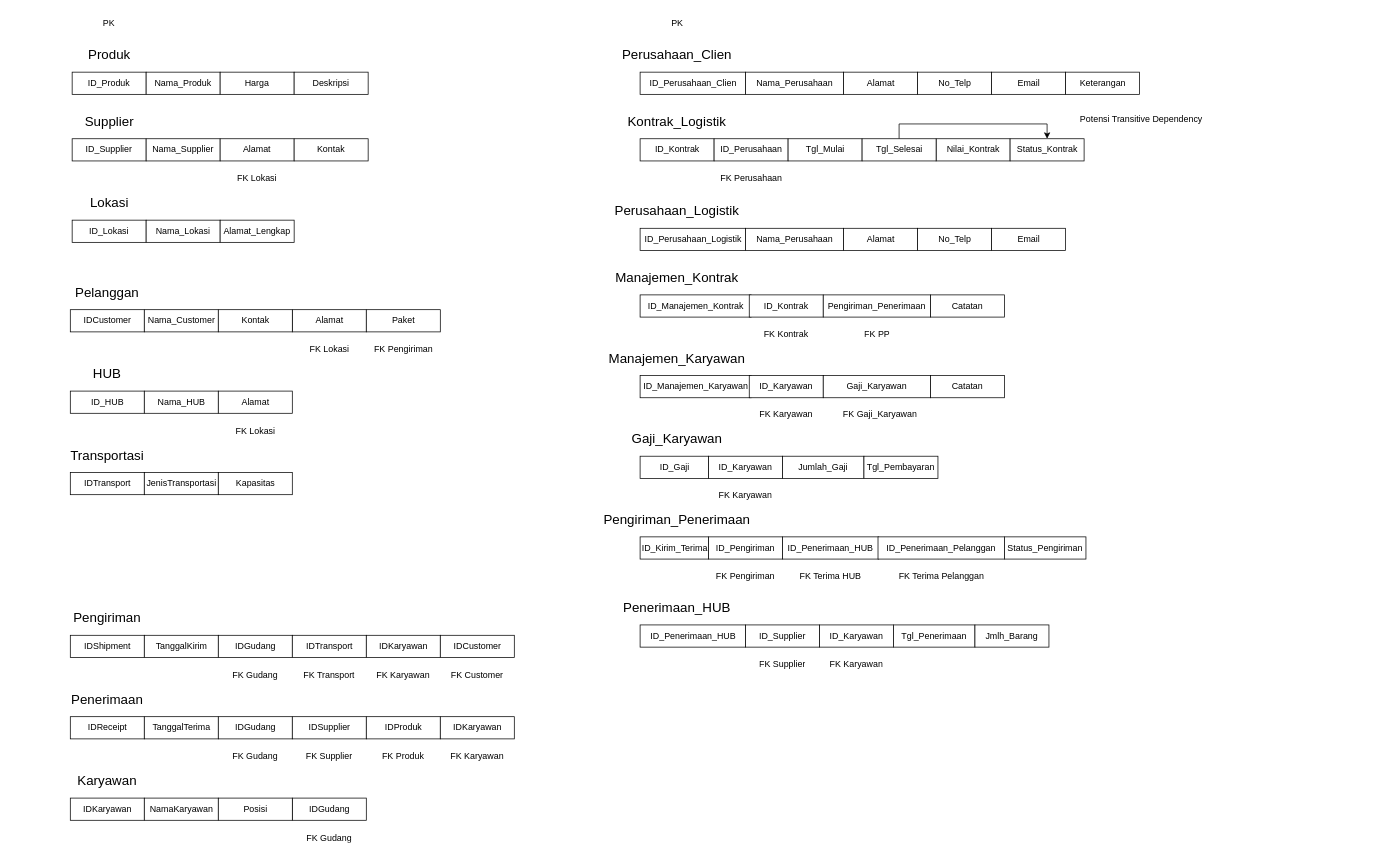
Earlier version of the draw.io diagram page "Schema Data Model" (2 of 10) of logistic-management-system.drawio (Firzh/semester-3). Source tidied: cells renumbered, new cells numbered last; positions are measured from the earlier drawing's top-left corner, leaving out a move shared by most shapes. Both pictures are drawn from the tidied source at 74%, with x=0, y=0 at pixel (13, 13).
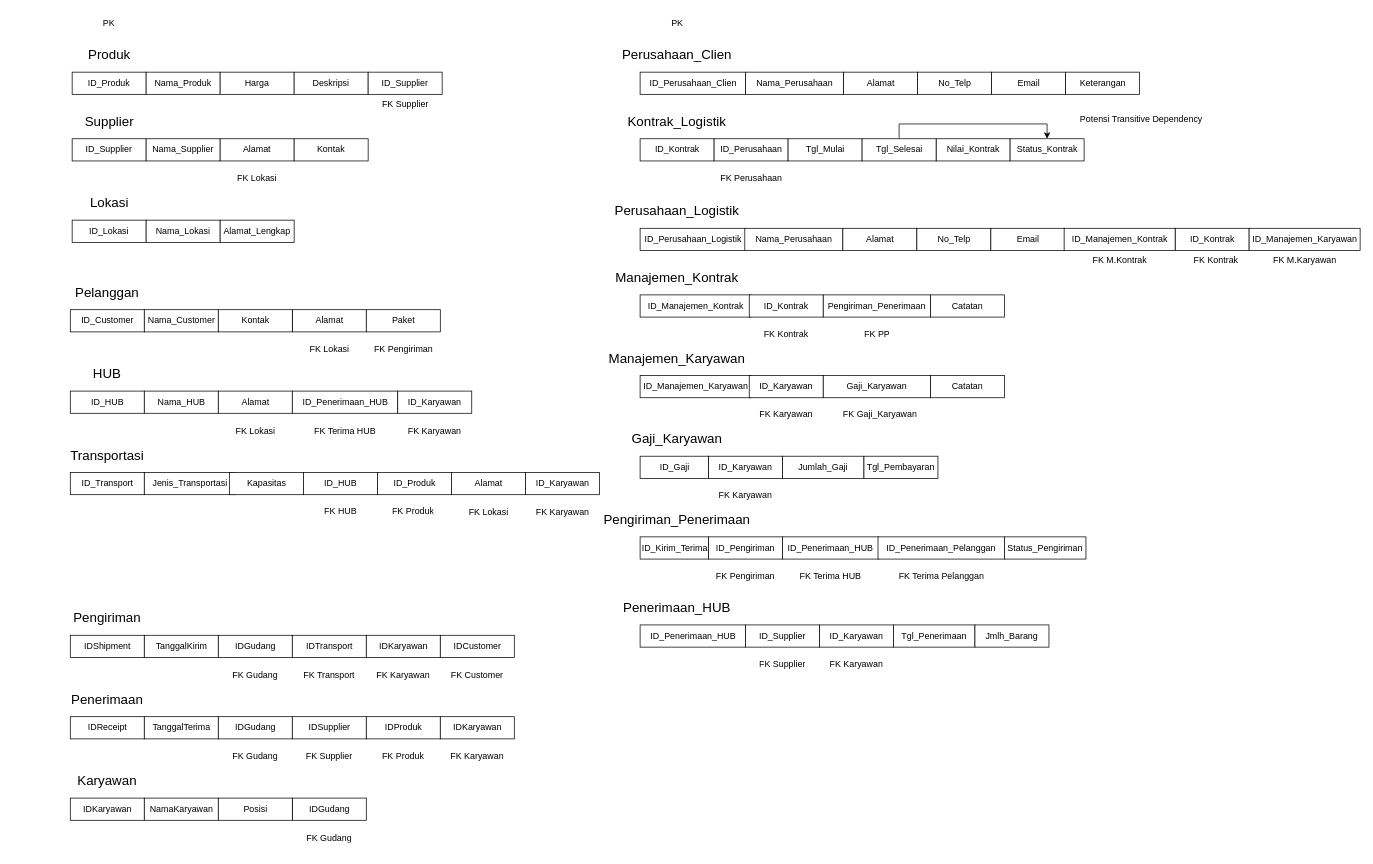
The same diagram, later.

What changed in the source:
```diff
@@
-    <mxCell id="14" value="IDCustomer" style="whiteSpace=wrap;html=1;align=center;" parent="1" vertex="1">
+    <mxCell id="14" value="ID_Customer" style="whiteSpace=wrap;html=1;align=center;" parent="1" vertex="1">
       <mxGeometry x="77.5" y="401" width="100" height="30" as="geometry" />
     </mxCell>
@@
-    <mxCell id="25" value="IDTransport" style="whiteSpace=wrap;html=1;align=center;" parent="1" vertex="1">
+    <mxCell id="25" value="ID_Transport" style="whiteSpace=wrap;html=1;align=center;" parent="1" vertex="1">
       <mxGeometry x="77.5" y="621" width="100" height="30" as="geometry" />
     </mxCell>
@@
-    <mxCell id="27" value="JenisTransportasi" style="whiteSpace=wrap;html=1;align=center;" parent="1" vertex="1">
-      <mxGeometry x="177.5" y="621" width="100" height="30" as="geometry" />
+    <mxCell id="27" value="Jenis_Transportasi" style="whiteSpace=wrap;html=1;align=center;" parent="1" vertex="1">
+      <mxGeometry x="177.5" y="621" width="122.5" height="30" as="geometry" />
     </mxCell>
     <mxCell id="28" value="Kapasitas" style="whiteSpace=wrap;html=1;align=center;" parent="1" vertex="1">
-      <mxGeometry x="277.5" y="621" width="100" height="30" as="geometry" />
+      <mxGeometry x="292.5" y="621" width="100" height="30" as="geometry" />
     </mxCell>
@@
     <mxCell id="81" value="Nama_Perusahaan" style="whiteSpace=wrap;html=1;align=center;" parent="1" vertex="1">
-      <mxGeometry x="990" y="291" width="132.5" height="30" as="geometry" />
+      <mxGeometry x="989" y="291" width="132.5" height="30" as="geometry" />
     </mxCell>
     <mxCell id="82" value="Alamat" style="whiteSpace=wrap;html=1;align=center;" parent="1" vertex="1">
-      <mxGeometry x="1122.5" y="291" width="100" height="30" as="geometry" />
+      <mxGeometry x="1121.5" y="291" width="100" height="30" as="geometry" />
     </mxCell>
     <mxCell id="83" value="No_Telp" style="whiteSpace=wrap;html=1;align=center;" parent="1" vertex="1">
-      <mxGeometry x="1222.5" y="291" width="100" height="30" as="geometry" />
+      <mxGeometry x="1221.5" y="291" width="100" height="30" as="geometry" />
     </mxCell>
     <mxCell id="84" value="Email" style="whiteSpace=wrap;html=1;align=center;" parent="1" vertex="1">
-      <mxGeometry x="1322.5" y="291" width="100" height="30" as="geometry" />
+      <mxGeometry x="1321.5" y="291" width="100" height="30" as="geometry" />
     </mxCell>
@@
+    <mxCell id="124" value="ID_Kontrak" style="whiteSpace=wrap;html=1;align=center;" parent="1" vertex="1">
+      <mxGeometry x="1570.5" y="291" width="100" height="30" as="geometry" />
+    </mxCell>
+    <mxCell id="125" value="FK Kontrak" style="text;strokeColor=none;fillColor=none;spacingLeft=4;spacingRight=4;overflow=hidden;fontSize=12;whiteSpace=wrap;html=1;align=center;" parent="1" vertex="1">
+      <mxGeometry x="1576.8" y="321" width="97.5" height="30" as="geometry" />
+    </mxCell>
+    <mxCell id="126" value="ID_Manajemen_Kontrak" style="whiteSpace=wrap;html=1;align=center;" parent="1" vertex="1">
+      <mxGeometry x="1420.5" y="291" width="150" height="30" as="geometry" />
+    </mxCell>
+    <mxCell id="127" value="FK M.Kontrak" style="text;strokeColor=none;fillColor=none;spacingLeft=4;spacingRight=4;overflow=hidden;fontSize=12;whiteSpace=wrap;html=1;align=center;" parent="1" vertex="1">
+      <mxGeometry x="1430.5" y="321" width="130" height="30" as="geometry" />
+    </mxCell>
+    <mxCell id="128" value="ID_Manajemen_Karyawan" style="whiteSpace=wrap;html=1;align=center;" parent="1" vertex="1">
+      <mxGeometry x="1670.5" y="291" width="150" height="30" as="geometry" />
+    </mxCell>
+    <mxCell id="129" value="FK M.Karyawan" style="text;strokeColor=none;fillColor=none;spacingLeft=4;spacingRight=4;overflow=hidden;fontSize=12;whiteSpace=wrap;html=1;align=center;" parent="1" vertex="1">
+      <mxGeometry x="1680.5" y="321" width="130" height="30" as="geometry" />
+    </mxCell>
+    <mxCell id="130" value="ID_Supplier" style="whiteSpace=wrap;html=1;align=center;" parent="1" vertex="1">
+      <mxGeometry x="480" y="80" width="100" height="30" as="geometry" />
+    </mxCell>
+    <mxCell id="131" value="FK Supplier" style="text;strokeColor=none;fillColor=none;spacingLeft=4;spacingRight=4;overflow=hidden;fontSize=12;whiteSpace=wrap;html=1;align=center;" parent="1" vertex="1">
+      <mxGeometry x="487.5" y="110" width="85" height="30" as="geometry" />
+    </mxCell>
+    <mxCell id="132" value="ID_Penerimaan_HUB" style="whiteSpace=wrap;html=1;align=center;" parent="1" vertex="1">
+      <mxGeometry x="377.5" y="511" width="142.5" height="30" as="geometry" />
+    </mxCell>
+    <mxCell id="133" value="FK Terima HUB" style="text;strokeColor=none;fillColor=none;spacingLeft=4;spacingRight=4;overflow=hidden;fontSize=12;whiteSpace=wrap;html=1;align=center;" parent="1" vertex="1">
+      <mxGeometry x="398.8" y="551" width="100" height="30" as="geometry" />
+    </mxCell>
+    <mxCell id="134" value="ID_Karyawan" style="whiteSpace=wrap;html=1;align=center;" parent="1" vertex="1">
+      <mxGeometry x="520" y="511" width="100" height="30" as="geometry" />
+    </mxCell>
+    <mxCell id="135" value="FK Karyawan" style="text;strokeColor=none;fillColor=none;spacingLeft=4;spacingRight=4;overflow=hidden;fontSize=12;whiteSpace=wrap;html=1;align=center;" parent="1" vertex="1">
+      <mxGeometry x="521.2" y="551" width="97.5" height="30" as="geometry" />
+    </mxCell>
+    <mxCell id="136" value="ID_HUB" style="whiteSpace=wrap;html=1;align=center;" parent="1" vertex="1">
+      <mxGeometry x="392.5" y="621" width="100" height="30" as="geometry" />
+    </mxCell>
+    <mxCell id="137" value="FK HUB" style="text;strokeColor=none;fillColor=none;spacingLeft=4;spacingRight=4;overflow=hidden;fontSize=12;whiteSpace=wrap;html=1;align=center;" parent="1" vertex="1">
+      <mxGeometry x="407.5" y="660" width="70" height="30" as="geometry" />
+    </mxCell>
+    <mxCell id="138" value="ID_Produk" style="whiteSpace=wrap;html=1;align=center;" parent="1" vertex="1">
+      <mxGeometry x="492.5" y="621" width="100" height="30" as="geometry" />
+    </mxCell>
+    <mxCell id="139" value="FK Produk" style="text;strokeColor=none;fillColor=none;spacingLeft=4;spacingRight=4;overflow=hidden;fontSize=12;whiteSpace=wrap;html=1;align=center;" parent="1" vertex="1">
+      <mxGeometry x="506.2" y="660" width="70" height="30" as="geometry" />
+    </mxCell>
+    <mxCell id="140" value="Alamat" style="whiteSpace=wrap;html=1;align=center;" parent="1" vertex="1">
+      <mxGeometry x="592.5" y="621" width="100" height="30" as="geometry" />
+    </mxCell>
+    <mxCell id="141" value="FK Lokasi" style="text;strokeColor=none;fillColor=none;spacingLeft=4;spacingRight=4;overflow=hidden;fontSize=12;whiteSpace=wrap;html=1;align=center;" parent="1" vertex="1">
+      <mxGeometry x="607.5" y="661" width="70" height="30" as="geometry" />
+    </mxCell>
+    <mxCell id="142" value="ID_Karyawan" style="whiteSpace=wrap;html=1;align=center;" parent="1" vertex="1">
+      <mxGeometry x="692.5" y="621" width="100" height="30" as="geometry" />
+    </mxCell>
+    <mxCell id="143" value="FK Karyawan" style="text;strokeColor=none;fillColor=none;spacingLeft=4;spacingRight=4;overflow=hidden;fontSize=12;whiteSpace=wrap;html=1;align=center;" parent="1" vertex="1">
+      <mxGeometry x="693.8" y="661" width="97.5" height="30" as="geometry" />
+    </mxCell>
```
